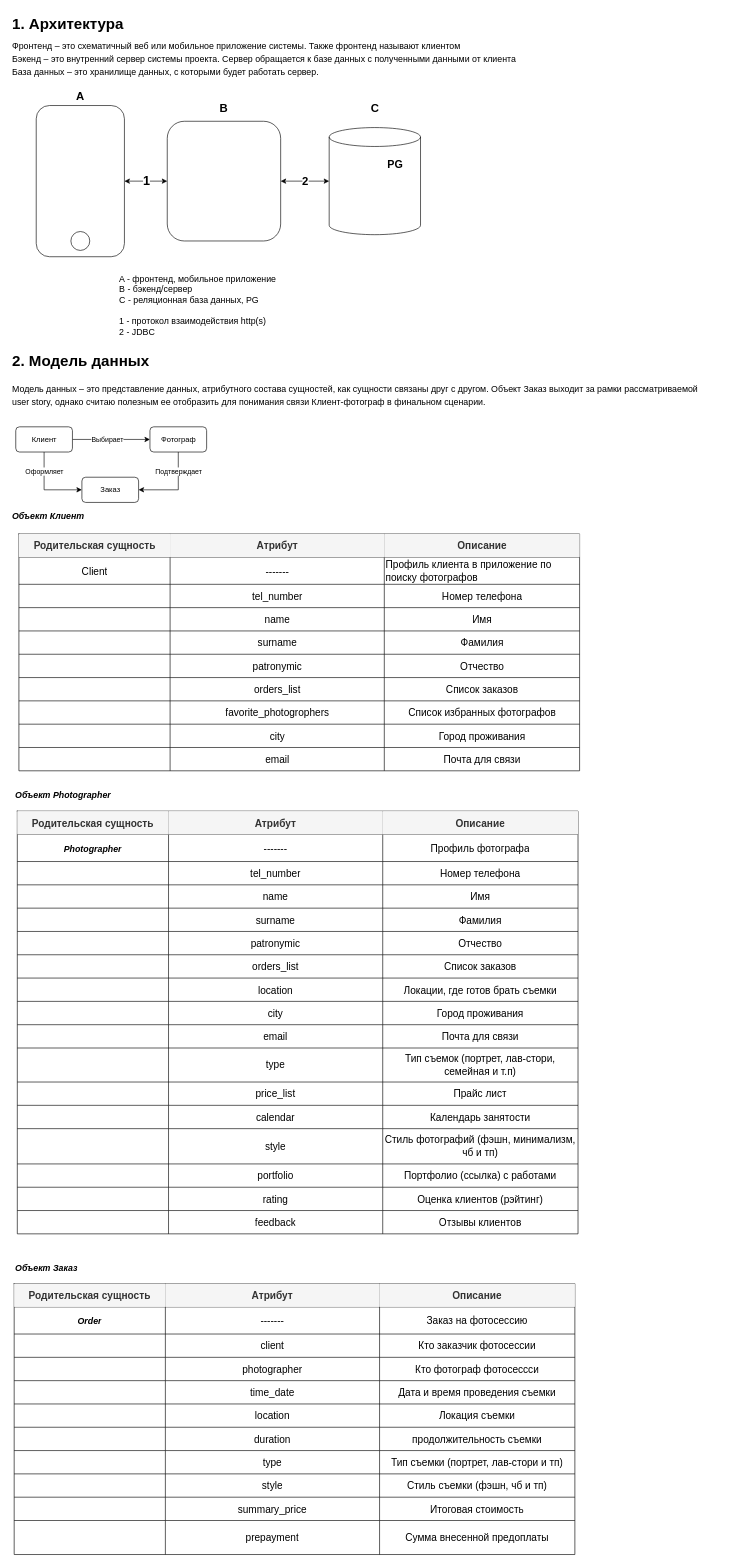
Above: Vakhromova_Jenya/ФТ.drawio in abdullahproff/BSA21_1 (draw.io), before the change. Source tidied: cells renumbered, new cells numbered last; positions are measured from the earlier drawing's top-left corner, leaving out a move shared by most shapes. Both pictures are drawn from the tidied source at 63%, with x=0, y=0 at pixel (11, 11).
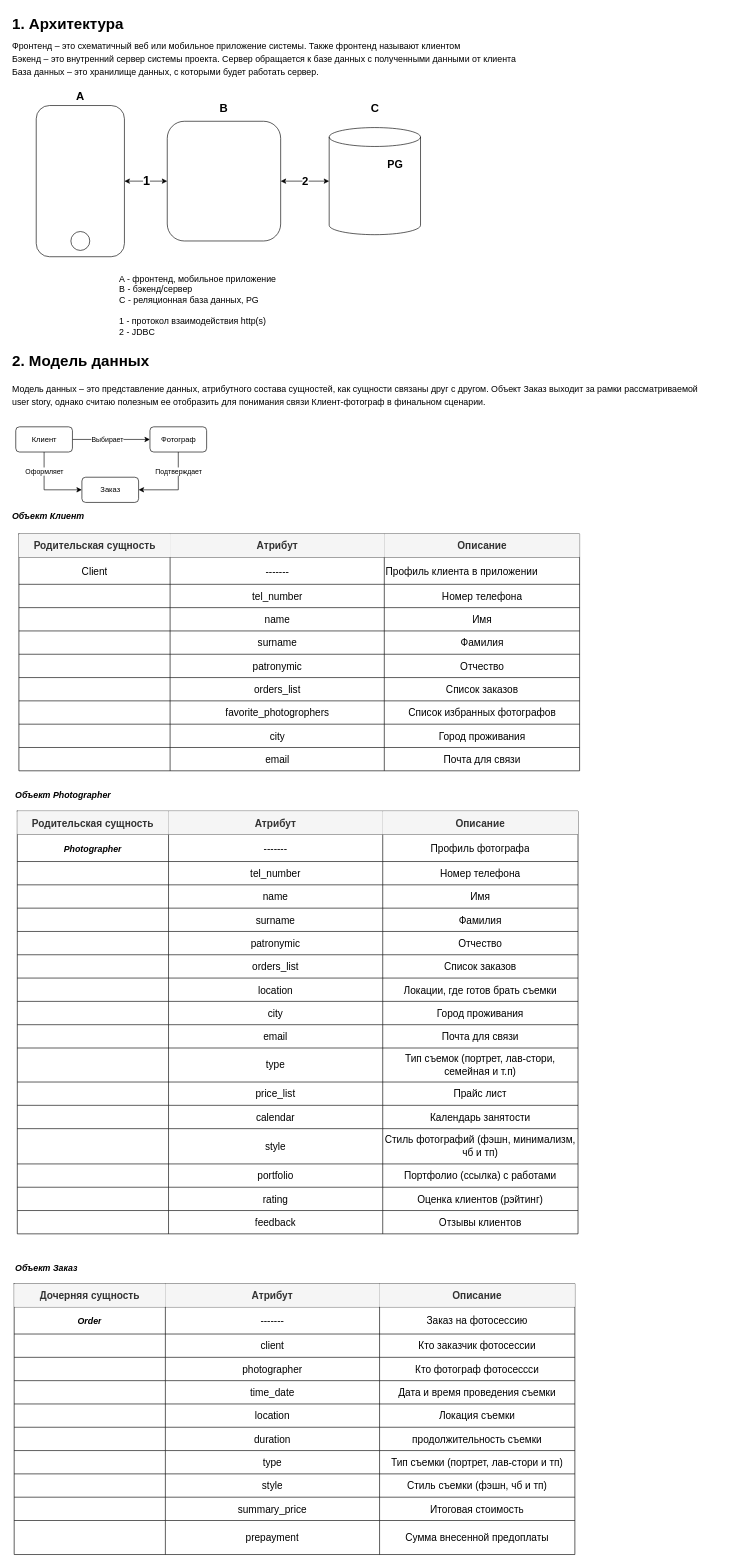
Above is the later version.

Commit message (it also covers changes not shown here):
Модель данных

Исправлены небольшие неточности

Unchanged cells that the change refers to:
```xml
<mxCell id="31" style="shape=tableRow;horizontal=0;startSize=0;swimlaneHead=0;swimlaneBody=0;strokeColor=inherit;top=0;left=0;bottom=0;right=0;fillColor=none;fontSize=16;" parent="26" vertex="1">
  <mxGeometry y="37" width="890" height="43" as="geometry" />
</mxCell>
<mxCell id="140" style="shape=tableRow;horizontal=0;startSize=0;swimlaneHead=0;swimlaneBody=0;strokeColor=inherit;top=0;left=0;bottom=0;right=0;fillColor=none;fontSize=16;" parent="139" vertex="1">
  <mxGeometry width="890" height="37" as="geometry" />
</mxCell>
```

What changed in the source:
```diff
@@
-    <mxCell id="34" value="Профиль клиента в приложение по поиску фотографов" style="shape=partialRectangle;html=1;whiteSpace=wrap;strokeColor=inherit;overflow=hidden;fillColor=none;top=0;left=0;bottom=0;right=0;fontSize=16;align=left;" parent="31" vertex="1">
+    <mxCell id="34" value="Профиль клиента в приложении" style="shape=partialRectangle;html=1;whiteSpace=wrap;strokeColor=inherit;overflow=hidden;fillColor=none;top=0;left=0;bottom=0;right=0;fontSize=16;align=left;" parent="31" vertex="1">
       <mxGeometry x="580" width="310" height="43" as="geometry" />
     </mxCell>
@@
-    <mxCell id="141" value="Родительская сущность" style="shape=partialRectangle;html=1;whiteSpace=wrap;strokeColor=#666666;overflow=hidden;fillColor=#f5f5f5;top=0;left=0;bottom=0;right=0;fontSize=16;fontStyle=1;fontColor=#333333;perimeterSpacing=1;" parent="140" vertex="1">
+    <mxCell id="141" value="Дочерняя сущность" style="shape=partialRectangle;html=1;whiteSpace=wrap;strokeColor=#666666;overflow=hidden;fillColor=#f5f5f5;top=0;left=0;bottom=0;right=0;fontSize=16;fontStyle=1;fontColor=#333333;perimeterSpacing=1;" parent="140" vertex="1">
       <mxGeometry width="240" height="37" as="geometry" />
     </mxCell>
```
